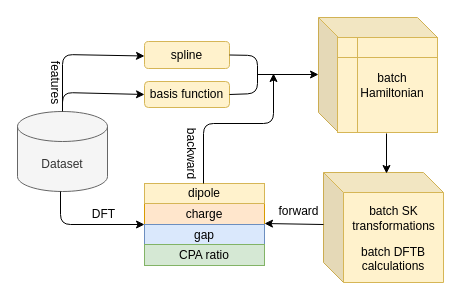
This is Untitled Diagram.drawio from FanGuozheng/dftbpy, a draw.io file, before an edit. Source tidied: cells renumbered, new cells numbered last; positions are measured from the earlier drawing's top-left corner, leaving out a move shared by most shapes. Both pictures are drawn from the tidied source at 100%, with x=0, y=0 at pixel (17, 17).
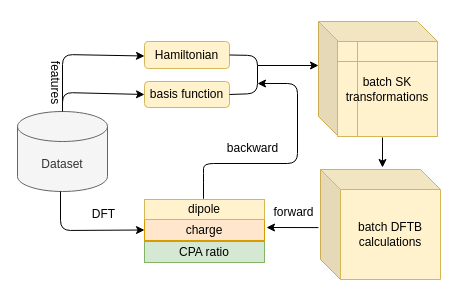
The same page after the edit.

The edit, as a diff of the source:
```diff
@@
-    <mxCell id="4" value="&lt;br&gt;&lt;br&gt;&lt;br&gt;batch DFTB calculations" style="shape=cube;whiteSpace=wrap;html=1;boundedLbl=1;backgroundOutline=1;darkOpacity=0.05;darkOpacity2=0.1;fillColor=#fff2cc;strokeColor=#d6b656;" parent="1" vertex="1">
-      <mxGeometry x="306" y="155" width="120" height="110" as="geometry" />
+    <mxCell id="4" value="batch DFTB calculations" style="shape=cube;whiteSpace=wrap;html=1;boundedLbl=1;backgroundOutline=1;darkOpacity=0.05;darkOpacity2=0.1;fillColor=#fff2cc;strokeColor=#d6b656;" parent="1" vertex="1">
+      <mxGeometry x="303" y="152" width="120" height="110" as="geometry" />
     </mxCell>
     <mxCell id="5" style="shape=cube;whiteSpace=wrap;html=1;boundedLbl=1;backgroundOutline=1;darkOpacity=0.05;darkOpacity2=0.1;fillColor=#fff2cc;strokeColor=#d6b656;" parent="1" vertex="1">
-      <mxGeometry x="301" width="119" height="115" as="geometry" />
+      <mxGeometry x="301" y="4" width="119" height="115" as="geometry" />
     </mxCell>
-    <mxCell id="6" value="&amp;nbsp; &amp;nbsp;batch &lt;br&gt;&amp;nbsp; &amp;nbsp;Hamiltonian" style="shape=internalStorage;whiteSpace=wrap;html=1;backgroundOutline=1;fillColor=#fff2cc;strokeColor=#d6b656;" parent="1" vertex="1">
-      <mxGeometry x="320" y="20" width="100" height="95" as="geometry" />
+    <mxCell id="6" value="&lt;span&gt;batch SK&lt;/span&gt;&lt;br&gt;&lt;span&gt;transformations&lt;/span&gt;" style="shape=internalStorage;whiteSpace=wrap;html=1;backgroundOutline=1;fillColor=#fff2cc;strokeColor=#d6b656;" parent="1" vertex="1">
+      <mxGeometry x="320" y="24" width="100" height="95" as="geometry" />
     </mxCell>
     <mxCell id="7" value="charge" style="rounded=0;whiteSpace=wrap;html=1;fillColor=#ffe6cc;strokeColor=#d79b00;" parent="1" vertex="1">
-      <mxGeometry x="127" y="186" width="120" height="21" as="geometry" />
+      <mxGeometry x="127" y="202" width="120" height="21" as="geometry" />
     </mxCell>
     <mxCell id="8" value="dipole" style="rounded=0;whiteSpace=wrap;html=1;fillColor=#fff2cc;strokeColor=#d6b656;" parent="1" vertex="1">
-      <mxGeometry x="127" y="166" width="120" height="20" as="geometry" />
+      <mxGeometry x="127" y="182" width="120" height="20" as="geometry" />
     </mxCell>
-    <mxCell id="9" value="gap" style="rounded=0;whiteSpace=wrap;html=1;fillColor=#dae8fc;strokeColor=#6c8ebf;" parent="1" vertex="1">
-      <mxGeometry x="127" y="207" width="120" height="21" as="geometry" />
-    </mxCell>
     <mxCell id="10" value="CPA ratio" style="rounded=0;whiteSpace=wrap;html=1;fillColor=#d5e8d4;strokeColor=#82b366;" parent="1" vertex="1">
-      <mxGeometry x="127" y="227" width="120" height="21" as="geometry" />
+      <mxGeometry x="127" y="224" width="120" height="21" as="geometry" />
     </mxCell>
@@
     <mxCell id="12" style="endArrow=classic;html=1;" parent="1" edge="1">
       <mxGeometry relative="1" as="geometry">
-        <mxPoint x="240" y="57" as="sourcePoint" />
-        <mxPoint x="301" y="57" as="targetPoint" />
+        <mxPoint x="240" y="48" as="sourcePoint" />
+        <mxPoint x="301" y="48" as="targetPoint" />
       </mxGeometry>
     </mxCell>
-    <mxCell id="13" style="endArrow=classic;html=1;exitX=0.5;exitY=1;exitDx=0;exitDy=0;exitPerimeter=0;entryX=0;entryY=1;entryDx=0;entryDy=0;" parent="1" edge="1" target="7">
+    <mxCell id="13" style="endArrow=classic;html=1;exitX=0.5;exitY=1;exitDx=0;exitDy=0;exitPerimeter=0;entryX=0;entryY=0.5;entryDx=0;entryDy=0;" parent="1" edge="1" target="7">
       <mxGeometry relative="1" as="geometry">
         <mxPoint x="43" y="174" as="sourcePoint" />
         <Array as="points">
-          <mxPoint x="43" y="207" />
+          <mxPoint x="43" y="213" />
         </Array>
       </mxGeometry>
     </mxCell>
-    <mxCell id="14" style="endArrow=classic;html=1;" parent="1" edge="1">
+    <mxCell id="14" style="endArrow=classic;html=1;exitX=-0.009;exitY=0.519;exitDx=0;exitDy=0;exitPerimeter=0;" parent="1" edge="1">
       <mxGeometry relative="1" as="geometry">
-        <mxPoint x="306" y="207" as="sourcePoint" />
-        <mxPoint x="247" y="206" as="targetPoint" />
+        <mxPoint x="300.9" y="210.1" as="sourcePoint" />
+        <mxPoint x="249" y="210" as="targetPoint" />
       </mxGeometry>
     </mxCell>
-    <mxCell id="15" value="batch SK&lt;br&gt;transformations" style="text;html=1;align=center;verticalAlign=middle;rotation=0;" parent="1" vertex="1">
-      <mxGeometry x="326" y="186" width="100" height="30" as="geometry" />
-    </mxCell>
     <mxCell id="16" style="endArrow=classic;html=1;" parent="1" edge="1">
       <mxGeometry relative="1" as="geometry">
         <mxPoint x="186" y="166" as="sourcePoint" />
-        <mxPoint x="256" y="56" as="targetPoint" />
+        <mxPoint x="240" y="66" as="targetPoint" />
         <Array as="points">
+          <mxPoint x="186" y="186" />
           <mxPoint x="186" y="166" />
-          <mxPoint x="186" y="106" />
-          <mxPoint x="256" y="106" />
+          <mxPoint x="186" y="146" />
+          <mxPoint x="280" y="146" />
+          <mxPoint x="280" y="66" />
         </Array>
       </mxGeometry>
     </mxCell>
-    <mxCell id="17" value="backward" style="text;html=1;align=center;verticalAlign=middle;rotation=90;" parent="1" vertex="1">
-      <mxGeometry x="139" y="126" width="70" height="20" as="geometry" />
+    <mxCell id="17" value="backward" style="text;html=1;align=center;verticalAlign=middle;rotation=0;" parent="1" vertex="1">
+      <mxGeometry x="200" y="121" width="70" height="20" as="geometry" />
     </mxCell>
     <mxCell id="18" value="forward" style="text;html=1;align=center;verticalAlign=middle;" parent="1" vertex="1">
-      <mxGeometry x="251" y="184" width="60" height="20" as="geometry" />
+      <mxGeometry x="246" y="185" width="60" height="20" as="geometry" />
     </mxCell>
@@
-    <mxCell id="20" style="endArrow=classic;html=1;entryX=0.283;entryY=0.009;entryDx=0;entryDy=0;entryPerimeter=0;" parent="1" edge="1">
+    <mxCell id="20" style="endArrow=classic;html=1;" parent="1" edge="1">
       <mxGeometry relative="1" as="geometry">
-        <mxPoint x="369" y="116" as="sourcePoint" />
-        <mxPoint x="369" y="156" as="targetPoint" />
+        <mxPoint x="365" y="120" as="sourcePoint" />
+        <mxPoint x="365" y="150" as="targetPoint" />
       </mxGeometry>
     </mxCell>
@@
-    <mxCell id="22" value="spline" style="rounded=1;whiteSpace=wrap;html=1;fillColor=#fff2cc;strokeColor=#d6b656;" parent="1" vertex="1">
+    <mxCell id="22" value="Hamiltonian" style="rounded=1;whiteSpace=wrap;html=1;fillColor=#fff2cc;strokeColor=#d6b656;" parent="1" vertex="1">
       <mxGeometry x="127" y="24" width="85" height="27" as="geometry" />
     </mxCell>
```
